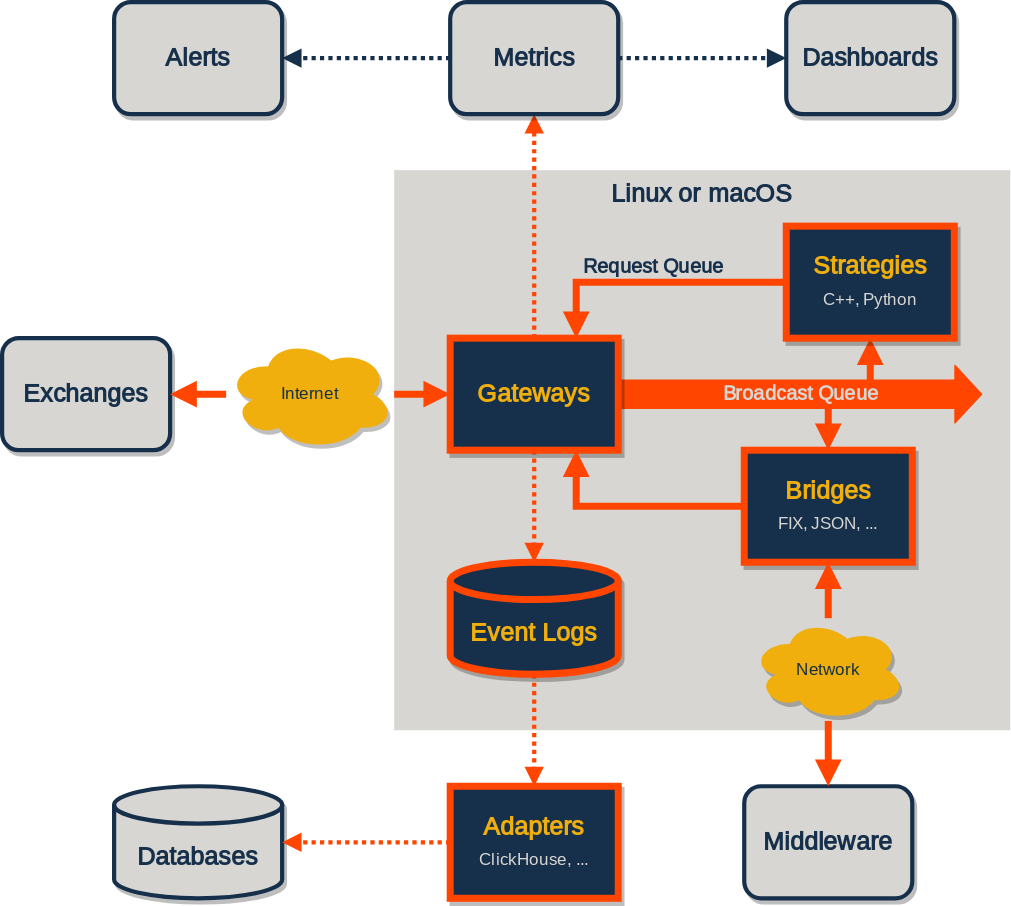
Before: profile/architecture_reference.svg, a diagram exported from draw.io (roq-trading/.github). Source tidied: cells renumbered, new cells last; positions are measured from the earlier drawing's top-left corner, leaving out a move shared by most shapes.
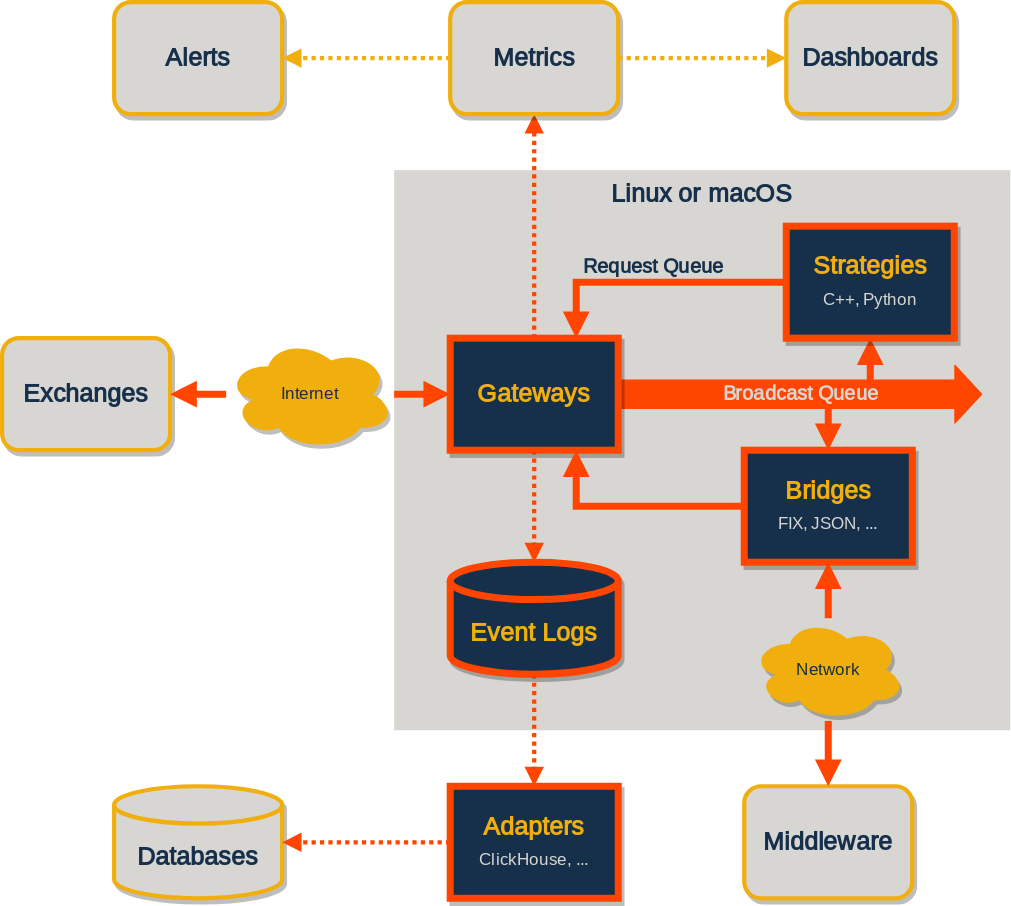
The same diagram one commit later.

What changed in the source:
```diff
@@ -38,7 +38,7 @@
     <mxCell id="11" value="&lt;b&gt;&lt;font color=&quot;#f0af0d&quot;&gt;Bridges&lt;/font&gt;&lt;/b&gt;&lt;font style=&quot;font-size: 12px;&quot;&gt;&lt;br style=&quot;&quot;&gt;&lt;font color=&quot;#d7d6d2&quot;&gt;FIX, JSON, ...&lt;/font&gt;&lt;/font&gt;" style="rounded=0;whiteSpace=wrap;html=1;fontStyle=0;fontColor=#FFFFFF;fillColor=#16304b;strokeColor=#ff4500;strokeWidth=5;fontFamily=Quattrocento Sans;fontSource=https%3A%2F%2Ffonts.googleapis.com%2Fcss%3Ffamily%3DQuattrocento%2BSans;fontSize=18;shadow=1;" parent="1" vertex="1">
       <mxGeometry x="530" y="320" width="120" height="80" as="geometry" />
     </mxCell>
-    <mxCell id="12" value="Exchanges" style="rounded=1;whiteSpace=wrap;html=1;labelBackgroundColor=none;fontStyle=1;fontColor=#16304B;fillColor=#D7D6D2;strokeColor=#16304B;strokeWidth=3;fontFamily=Quattrocento Sans;fontSource=https%3A%2F%2Ffonts.googleapis.com%2Fcss%3Ffamily%3DQuattrocento%2BSans;fontSize=18;shadow=1;" parent="1" vertex="1">
+    <mxCell id="12" value="Exchanges" style="rounded=1;whiteSpace=wrap;html=1;labelBackgroundColor=none;fontStyle=1;fontColor=#16304B;fillColor=#D7D6D2;strokeColor=#F0AF0D;strokeWidth=3;fontFamily=Quattrocento Sans;fontSource=https%3A%2F%2Ffonts.googleapis.com%2Fcss%3Ffamily%3DQuattrocento%2BSans;fontSize=18;shadow=1;" parent="1" vertex="1">
       <mxGeometry y="240" width="120" height="80" as="geometry" />
     </mxCell>
     <mxCell id="13" value="&lt;font color=&quot;#f0af0d&quot;&gt;&lt;br style=&quot;font-size: 18px;&quot;&gt;Event Logs&lt;/font&gt;" style="strokeWidth=5;html=1;shape=mxgraph.flowchart.database;whiteSpace=wrap;strokeColor=#FF4500;fillColor=#16304B;fontColor=#FFFFFF;verticalAlign=middle;fontFamily=Quattrocento Sans;fontSource=https%3A%2F%2Ffonts.googleapis.com%2Fcss%3Ffamily%3DQuattrocento%2BSans;fontSize=18;fontStyle=1;shadow=1;" parent="1" vertex="1">
@@ -47,28 +47,28 @@
     <mxCell id="14" value="&lt;font color=&quot;#f0af0d&quot;&gt;&lt;b&gt;Adapters&lt;/b&gt;&lt;/font&gt;&lt;font style=&quot;font-size: 12px;&quot;&gt;&lt;br style=&quot;&quot;&gt;&lt;font color=&quot;#d7d6d2&quot;&gt;ClickHouse, ...&lt;/font&gt;&lt;/font&gt;" style="rounded=0;whiteSpace=wrap;html=1;labelBackgroundColor=none;fontStyle=0;fontColor=#FFFFFF;fillColor=#16304B;strokeColor=#FF4500;strokeWidth=5;fontFamily=Quattrocento Sans;fontSource=https%3A%2F%2Ffonts.googleapis.com%2Fcss%3Ffamily%3DQuattrocento%2BSans;fontSize=18;shadow=1;" parent="1" vertex="1">
       <mxGeometry x="320" y="560" width="120" height="80" as="geometry" />
     </mxCell>
-    <mxCell id="15" value="&lt;br style=&quot;font-size: 18px;&quot;&gt;Databases" style="strokeWidth=3;html=1;shape=mxgraph.flowchart.database;whiteSpace=wrap;strokeColor=#16304B;fillColor=#D7D6D2;fontColor=#16304B;verticalAlign=middle;fontFamily=Quattrocento Sans;fontSource=https%3A%2F%2Ffonts.googleapis.com%2Fcss%3Ffamily%3DQuattrocento%2BSans;fontSize=18;fontStyle=1;shadow=1;" parent="1" vertex="1">
+    <mxCell id="15" value="&lt;br style=&quot;font-size: 18px;&quot;&gt;Databases" style="strokeWidth=3;html=1;shape=mxgraph.flowchart.database;whiteSpace=wrap;strokeColor=#F0AF0D;fillColor=#D7D6D2;fontColor=#16304B;verticalAlign=middle;fontFamily=Quattrocento Sans;fontSource=https%3A%2F%2Ffonts.googleapis.com%2Fcss%3Ffamily%3DQuattrocento%2BSans;fontSize=18;fontStyle=1;shadow=1;" parent="1" vertex="1">
       <mxGeometry x="80" y="560" width="120" height="80" as="geometry" />
     </mxCell>
     <mxCell id="16" style="endArrow=block;startArrow=none;html=1;entryX=0;entryY=0.5;entryDx=0;entryDy=0;endFill=1;strokeWidth=5;startFill=1;strokeColor=#ff4500;fontFamily=Quattrocento Sans;fontSource=https%3A%2F%2Ffonts.googleapis.com%2Fcss%3Ffamily%3DQuattrocento%2BSans;fontSize=14;" parent="1" edge="1" source="29" target="9">
       <mxGeometry relative="1" as="geometry" />
     </mxCell>
-    <mxCell id="17" value="Metrics" style="rounded=1;whiteSpace=wrap;html=1;labelBackgroundColor=none;fontStyle=1;fontColor=#16304B;fillColor=#D7D6D2;strokeColor=#16304B;strokeWidth=3;fontFamily=Quattrocento Sans;fontSource=https%3A%2F%2Ffonts.googleapis.com%2Fcss%3Ffamily%3DQuattrocento%2BSans;fontSize=18;shadow=1;" parent="1" vertex="1">
+    <mxCell id="17" value="Metrics" style="rounded=1;whiteSpace=wrap;html=1;labelBackgroundColor=none;fontStyle=1;fontColor=#16304B;fillColor=#D7D6D2;strokeColor=#F0AF0D;strokeWidth=3;fontFamily=Quattrocento Sans;fontSource=https%3A%2F%2Ffonts.googleapis.com%2Fcss%3Ffamily%3DQuattrocento%2BSans;fontSize=18;shadow=1;" parent="1" vertex="1">
       <mxGeometry x="320" width="120" height="80" as="geometry" />
     </mxCell>
-    <mxCell id="18" value="Dashboards" style="rounded=1;whiteSpace=wrap;html=1;labelBackgroundColor=none;fontStyle=1;fontColor=#16304B;fillColor=#D7D6D2;strokeColor=#16304B;strokeWidth=3;fontFamily=Quattrocento Sans;fontSource=https%3A%2F%2Ffonts.googleapis.com%2Fcss%3Ffamily%3DQuattrocento%2BSans;fontSize=18;shadow=1;" parent="1" vertex="1">
+    <mxCell id="18" value="Dashboards" style="rounded=1;whiteSpace=wrap;html=1;labelBackgroundColor=none;fontStyle=1;fontColor=#16304B;fillColor=#D7D6D2;strokeColor=#F0AF0D;strokeWidth=3;fontFamily=Quattrocento Sans;fontSource=https%3A%2F%2Ffonts.googleapis.com%2Fcss%3Ffamily%3DQuattrocento%2BSans;fontSize=18;shadow=1;" parent="1" vertex="1">
       <mxGeometry x="560" width="120" height="80" as="geometry" />
     </mxCell>
-    <mxCell id="19" value="Alerts" style="rounded=1;whiteSpace=wrap;html=1;labelBackgroundColor=none;fontStyle=1;fontColor=#16304B;fillColor=#D7D6D2;strokeColor=#16304B;strokeWidth=3;fontFamily=Quattrocento Sans;fontSource=https%3A%2F%2Ffonts.googleapis.com%2Fcss%3Ffamily%3DQuattrocento%2BSans;fontSize=18;shadow=1;" parent="1" vertex="1">
+    <mxCell id="19" value="Alerts" style="rounded=1;whiteSpace=wrap;html=1;labelBackgroundColor=none;fontStyle=1;fontColor=#16304B;fillColor=#D7D6D2;strokeColor=#F0AF0D;strokeWidth=3;fontFamily=Quattrocento Sans;fontSource=https%3A%2F%2Ffonts.googleapis.com%2Fcss%3Ffamily%3DQuattrocento%2BSans;fontSize=18;shadow=1;" parent="1" vertex="1">
       <mxGeometry x="80" width="120" height="80" as="geometry" />
     </mxCell>
-    <mxCell id="20" style="endArrow=block;html=1;strokeWidth=3;endFill=1;strokeColor=#16304B;exitX=0;exitY=0.5;exitDx=0;exitDy=0;entryX=1;entryY=0.5;entryDx=0;entryDy=0;dashed=1;dashPattern=1 1;fontColor=#000000;fontFamily=Quattrocento Sans;fontSource=https%3A%2F%2Ffonts.googleapis.com%2Fcss%3Ffamily%3DQuattrocento%2BSans;fontSize=14;" parent="1" edge="1" source="17" target="19">
+    <mxCell id="20" style="endArrow=block;html=1;strokeWidth=3;endFill=1;strokeColor=#F0AF0D;exitX=0;exitY=0.5;exitDx=0;exitDy=0;entryX=1;entryY=0.5;entryDx=0;entryDy=0;dashed=1;dashPattern=1 1;fontColor=#000000;fontFamily=Quattrocento Sans;fontSource=https%3A%2F%2Ffonts.googleapis.com%2Fcss%3Ffamily%3DQuattrocento%2BSans;fontSize=14;" parent="1" edge="1" source="17" target="19">
       <mxGeometry relative="1" as="geometry" />
     </mxCell>
     <mxCell id="21" style="endArrow=block;html=1;strokeWidth=3;endFill=1;strokeColor=#FF4500;exitX=0;exitY=0.5;exitDx=0;exitDy=0;dashed=1;dashPattern=1 1;fontColor=#000000;fontFamily=Quattrocento Sans;fontSource=https%3A%2F%2Ffonts.googleapis.com%2Fcss%3Ffamily%3DQuattrocento%2BSans;fontSize=14;" parent="1" edge="1" source="14" target="15">
       <mxGeometry relative="1" as="geometry" />
     </mxCell>
-    <mxCell id="22" style="endArrow=block;html=1;strokeWidth=3;endFill=1;strokeColor=#16304B;exitX=1;exitY=0.5;exitDx=0;exitDy=0;entryX=0;entryY=0.5;entryDx=0;entryDy=0;dashed=1;dashPattern=1 1;fontColor=#000000;fontFamily=Quattrocento Sans;fontSource=https%3A%2F%2Ffonts.googleapis.com%2Fcss%3Ffamily%3DQuattrocento%2BSans;fontSize=14;" parent="1" edge="1" source="17" target="18">
+    <mxCell id="22" style="endArrow=block;html=1;strokeWidth=3;endFill=1;strokeColor=#F0AF0D;exitX=1;exitY=0.5;exitDx=0;exitDy=0;entryX=0;entryY=0.5;entryDx=0;entryDy=0;dashed=1;dashPattern=1 1;fontColor=#000000;fontFamily=Quattrocento Sans;fontSource=https%3A%2F%2Ffonts.googleapis.com%2Fcss%3Ffamily%3DQuattrocento%2BSans;fontSize=14;" parent="1" edge="1" source="17" target="18">
       <mxGeometry relative="1" as="geometry" />
     </mxCell>
     <mxCell id="23" style="edgeStyle=orthogonalEdgeStyle;rounded=0;jettySize=auto;html=1;entryX=0.75;entryY=1;entryDx=0;entryDy=0;strokeWidth=5;endArrow=block;endFill=1;strokeColor=#ff4500;exitX=0;exitY=0.5;exitDx=0;exitDy=0;fontFamily=Quattrocento Sans;fontSource=https%3A%2F%2Ffonts.googleapis.com%2Fcss%3Ffamily%3DQuattrocento%2BSans;fontSize=14;" parent="1" edge="1" source="11" target="9">
@@ -77,7 +77,7 @@
     <mxCell id="24" value="Request Queue" style="edgeStyle=orthogonalEdgeStyle;rounded=0;jettySize=auto;html=1;exitX=0;exitY=0.5;exitDx=0;exitDy=0;entryX=0.75;entryY=0;entryDx=0;entryDy=0;strokeWidth=5;endArrow=block;endFill=1;strokeColor=#ff4500;labelBackgroundColor=none;labelPosition=center;verticalLabelPosition=top;align=center;verticalAlign=bottom;fontFamily=Quattrocento Sans;fontSource=https%3A%2F%2Ffonts.googleapis.com%2Fcss%3Ffamily%3DQuattrocento%2BSans;fontSize=14;fontColor=#16304B;fontStyle=1;" parent="1" edge="1" source="10" target="9">
       <mxGeometry relative="1" as="geometry" />
     </mxCell>
-    <mxCell id="25" value="Middleware" style="rounded=1;whiteSpace=wrap;html=1;labelBackgroundColor=none;fontStyle=1;fontColor=#16304B;fillColor=#D7D6D2;strokeColor=#16304B;strokeWidth=3;fontFamily=Quattrocento Sans;fontSource=https%3A%2F%2Ffonts.googleapis.com%2Fcss%3Ffamily%3DQuattrocento%2BSans;fontSize=18;shadow=1;" parent="1" vertex="1">
+    <mxCell id="25" value="Middleware" style="rounded=1;whiteSpace=wrap;html=1;labelBackgroundColor=none;fontStyle=1;fontColor=#16304B;fillColor=#D7D6D2;strokeColor=#F0AF0D;strokeWidth=3;fontFamily=Quattrocento Sans;fontSource=https%3A%2F%2Ffonts.googleapis.com%2Fcss%3Ffamily%3DQuattrocento%2BSans;fontSize=18;shadow=1;" parent="1" vertex="1">
       <mxGeometry x="530" y="560" width="120" height="80" as="geometry" />
     </mxCell>
     <mxCell id="26" style="endArrow=block;html=1;strokeWidth=5;endFill=1;strokeColor=#FF4500;entryX=0.5;entryY=0;entryDx=0;entryDy=0;startArrow=none;startFill=1;labelPosition=right;verticalLabelPosition=middle;align=left;verticalAlign=middle;labelBackgroundColor=none;exitX=0.5;exitY=1;exitDx=0;exitDy=0;fontFamily=Quattrocento Sans;fontSource=https%3A%2F%2Ffonts.googleapis.com%2Fcss%3Ffamily%3DQuattrocento%2BSans;fontSize=14;" parent="1" edge="1" source="27" target="25">
```
